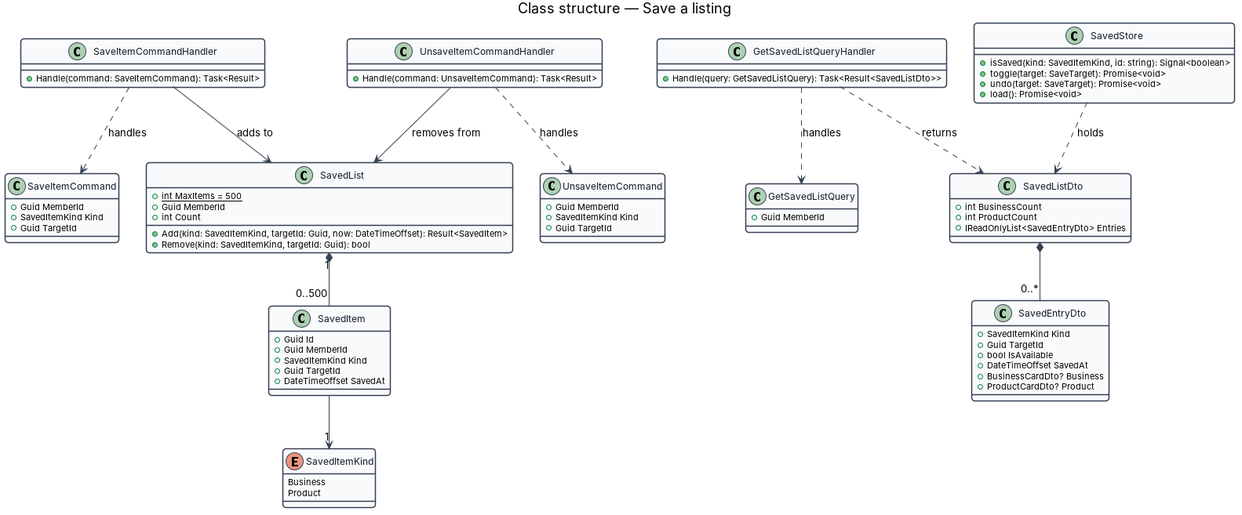
Above: docs/detailed-designs/listings/save-listing/diagrams/class-structure.png in QuinntyneBrown/jubilee (PlantUML), before the change. Its source is kept beside it as docs/detailed-designs/listings/save-listing/diagrams/class-structure.puml.
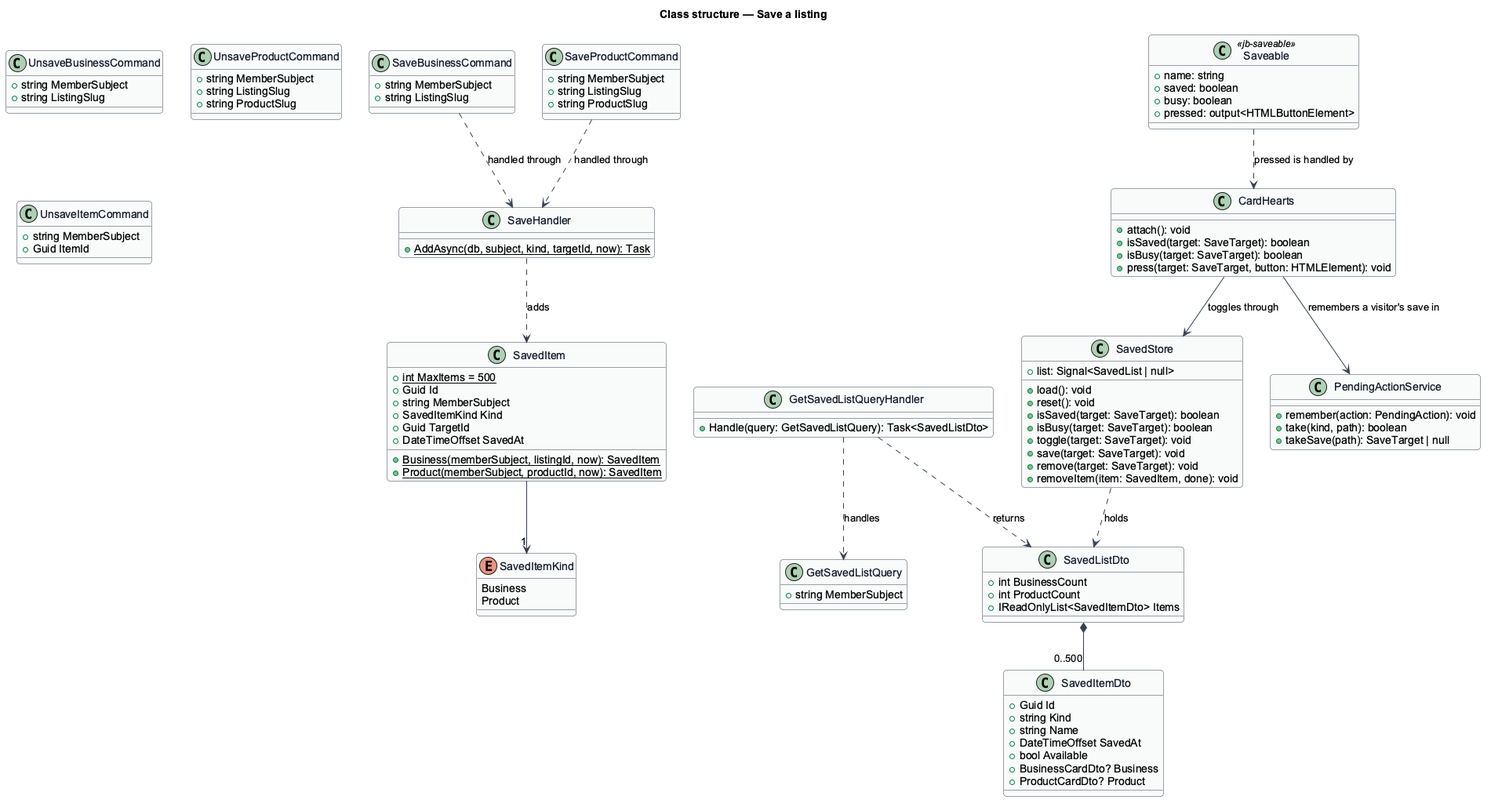
After the commit.

What changed in the source:
```diff
@@ -17,79 +17,112 @@
 }
 
 class SavedItem {
+  +{static} int MaxItems = 500
   +Guid Id
-  +Guid MemberId
+  +string MemberSubject
   +SavedItemKind Kind
   +Guid TargetId
   +DateTimeOffset SavedAt
+  +{static} Business(memberSubject, listingId, now): SavedItem
+  +{static} Product(memberSubject, productId, now): SavedItem
 }
 
-class SavedList {
-  +{static} int MaxItems = 500
-  +Guid MemberId
-  +int Count
-  +Add(kind: SavedItemKind, targetId: Guid, now: DateTimeOffset): Result<SavedItem>
-  +Remove(kind: SavedItemKind, targetId: Guid): bool
+class SaveBusinessCommand {
+  +string MemberSubject
+  +string ListingSlug
 }
 
-class SaveItemCommand {
-  +Guid MemberId
-  +SavedItemKind Kind
-  +Guid TargetId
+class SaveProductCommand {
+  +string MemberSubject
+  +string ListingSlug
+  +string ProductSlug
 }
 
-class SaveItemCommandHandler {
-  +Handle(command: SaveItemCommand): Task<Result>
+class SaveHandler {
+  +{static} AddAsync(db, subject, kind, targetId, now): Task
+}
+
+class UnsaveBusinessCommand {
+  +string MemberSubject
+  +string ListingSlug
+}
+
+class UnsaveProductCommand {
+  +string MemberSubject
+  +string ListingSlug
+  +string ProductSlug
 }
 
 class UnsaveItemCommand {
-  +Guid MemberId
-  +SavedItemKind Kind
-  +Guid TargetId
-}
-
-class UnsaveItemCommandHandler {
-  +Handle(command: UnsaveItemCommand): Task<Result>
+  +string MemberSubject
+  +Guid ItemId
 }
 
 class GetSavedListQuery {
-  +Guid MemberId
+  +string MemberSubject
 }
 
 class GetSavedListQueryHandler {
-  +Handle(query: GetSavedListQuery): Task<Result<SavedListDto>>
+  +Handle(query: GetSavedListQuery): Task<SavedListDto>
 }
 
 class SavedListDto {
   +int BusinessCount
   +int ProductCount
-  +IReadOnlyList<SavedEntryDto> Entries
+  +IReadOnlyList<SavedItemDto> Items
 }
 
-class SavedEntryDto {
-  +SavedItemKind Kind
-  +Guid TargetId
-  +bool IsAvailable
+class SavedItemDto {
+  +Guid Id
+  +string Kind
+  +string Name
   +DateTimeOffset SavedAt
+  +bool Available
   +BusinessCardDto? Business
   +ProductCardDto? Product
 }
 
 class SavedStore {
-  +isSaved(kind: SavedItemKind, id: string): Signal<boolean>
-  +toggle(target: SaveTarget): Promise<void>
-  +undo(target: SaveTarget): Promise<void>
-  +load(): Promise<void>
+  +list: Signal<SavedList | null>
+  +load(): void
+  +reset(): void
+  +isSaved(target: SaveTarget): boolean
+  +isBusy(target: SaveTarget): boolean
+  +toggle(target: SaveTarget): void
+  +save(target: SaveTarget): void
+  +remove(target: SaveTarget): void
+  +removeItem(item: SavedItem, done): void
 }
 
-SavedList "1" *-- "0..500" SavedItem
+class CardHearts {
+  +attach(): void
+  +isSaved(target: SaveTarget): boolean
+  +isBusy(target: SaveTarget): boolean
+  +press(target: SaveTarget, button: HTMLElement): void
+}
+
+class PendingActionService {
+  +remember(action: PendingAction): void
+  +take(kind, path): boolean
+  +takeSave(path): SaveTarget | null
+}
+
+class Saveable <<jb-saveable>> {
+  +name: string
+  +saved: boolean
+  +busy: boolean
+  +pressed: output<HTMLButtonElement>
+}
+
 SavedItem --> "1" SavedItemKind
-SaveItemCommandHandler ..> SaveItemCommand : handles
-SaveItemCommandHandler --> SavedList : adds to
-UnsaveItemCommandHandler ..> UnsaveItemCommand : handles
-UnsaveItemCommandHandler --> SavedList : removes from
+SaveHandler ..> SavedItem : adds
+SaveBusinessCommand ..> SaveHandler : handled through
+SaveProductCommand ..> SaveHandler : handled through
 GetSavedListQueryHandler ..> GetSavedListQuery : handles
 GetSavedListQueryHandler ..> SavedListDto : returns
-SavedListDto *-- "0..*" SavedEntryDto
+SavedListDto *-- "0..500" SavedItemDto
 SavedStore ..> SavedListDto : holds
+CardHearts --> SavedStore : toggles through
+CardHearts --> PendingActionService : remembers a visitor's save in
+Saveable ..> CardHearts : pressed is handled by
 @enduml
```
